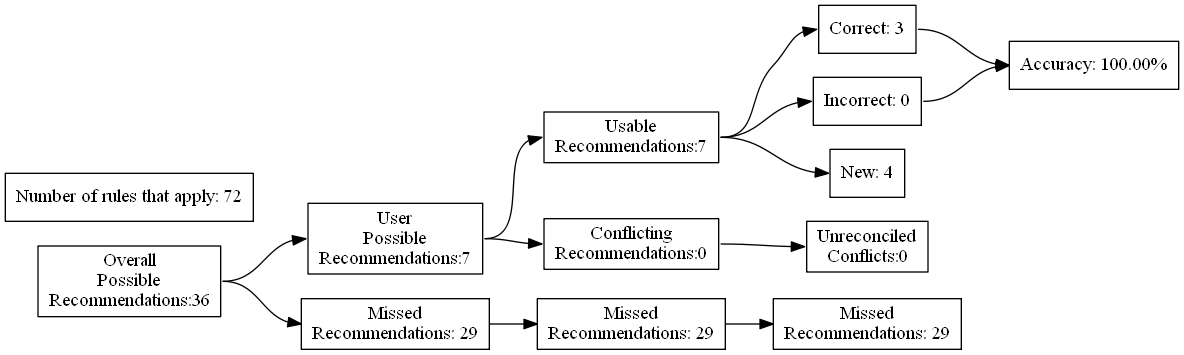
This is test_renders/55.gv.png from ZaxR/ibd_diet_analysis, a Graphviz export, as it was before one commit. Its source is kept beside it as test_renders/55.gv.
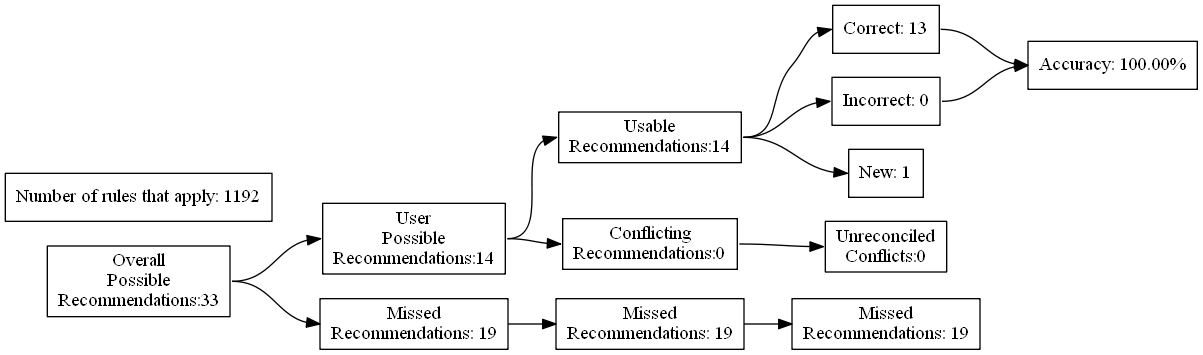
After the commit.

Change to the diagram source:
```diff
@@ -4,27 +4,27 @@
 	edge [headport=w tailport=e]
 		A [label="Overall
 Possible
-Recommendations:36"]
+Recommendations:33"]
 		B [label="User
 Possible
-Recommendations:7"]
+Recommendations:14"]
 		C [label="Missed
-Recommendations: 29"]
+Recommendations: 19"]
 		D [label="Usable
-Recommendations:7"]
+Recommendations:14"]
 		E [label="Conflicting
 Recommendations:0"]
 		J [label="Missed
-Recommendations: 29"]
+Recommendations: 19"]
 		M [label="Unreconciled
 Conflicts:0"]
-		F [label="Correct: 3"]
+		F [label="Correct: 13"]
 		G [label="Incorrect: 0"]
-		H [label="New: 4"]
+		H [label="New: 1"]
 		K [label="Missed
-Recommendations: 29"]
+Recommendations: 19"]
 		I [label="Accuracy: 100.00%"]
-		l [label="Number of rules that apply: 72"]
+		l [label="Number of rules that apply: 1192"]
 			A -> B
 			A -> C
 			B -> D
```
